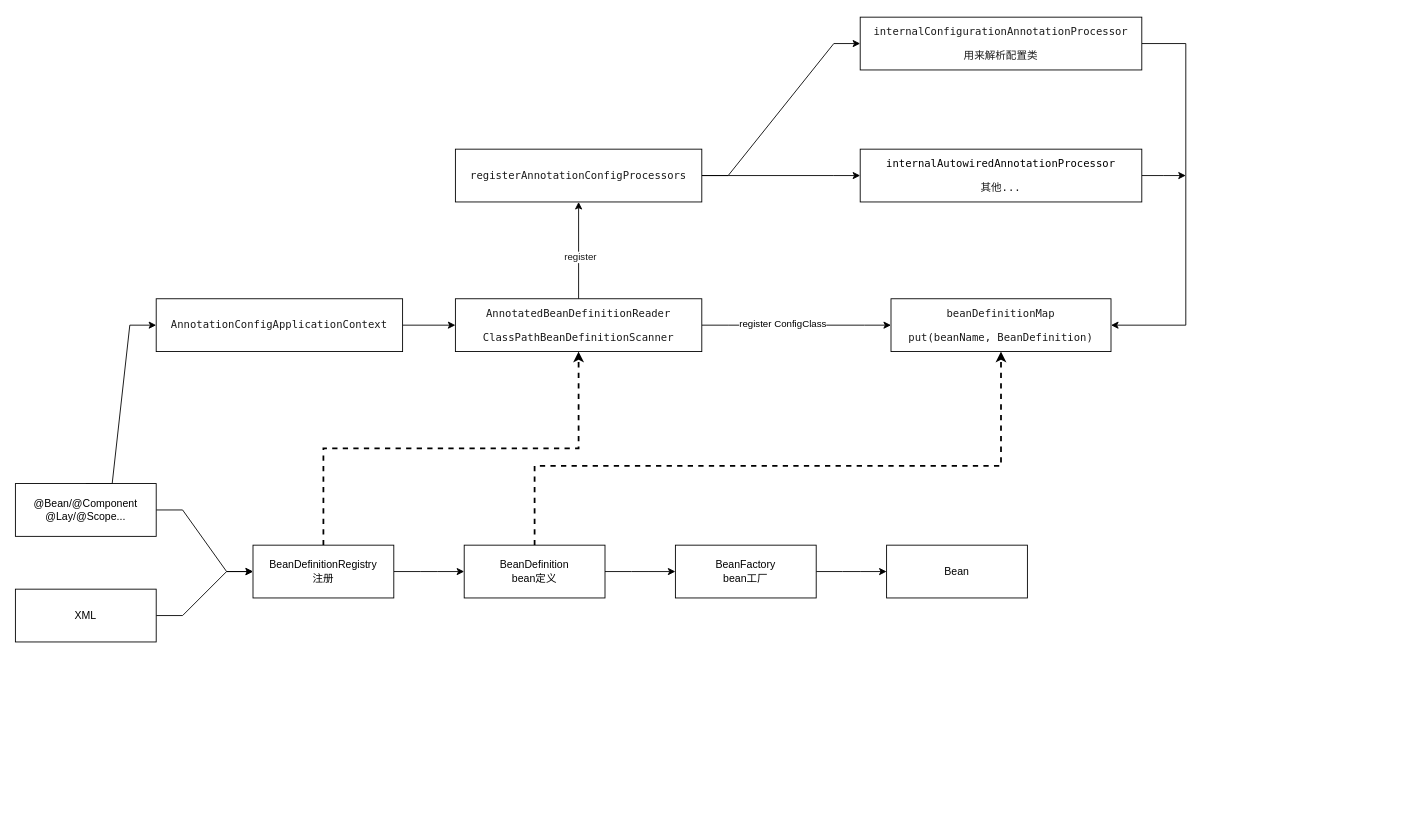
This is page "Spring" (1 of 5) of spring.drawio from zhfk/drawo.io.mydiagrams, a draw.io file, before an edit. Source tidied: cells renumbered, new cells numbered last; positions are measured from the earlier drawing's top-left corner, leaving out a move shared by most shapes. Both pictures are drawn from the tidied source at 88%, with x=0, y=0 at pixel (15, 17).
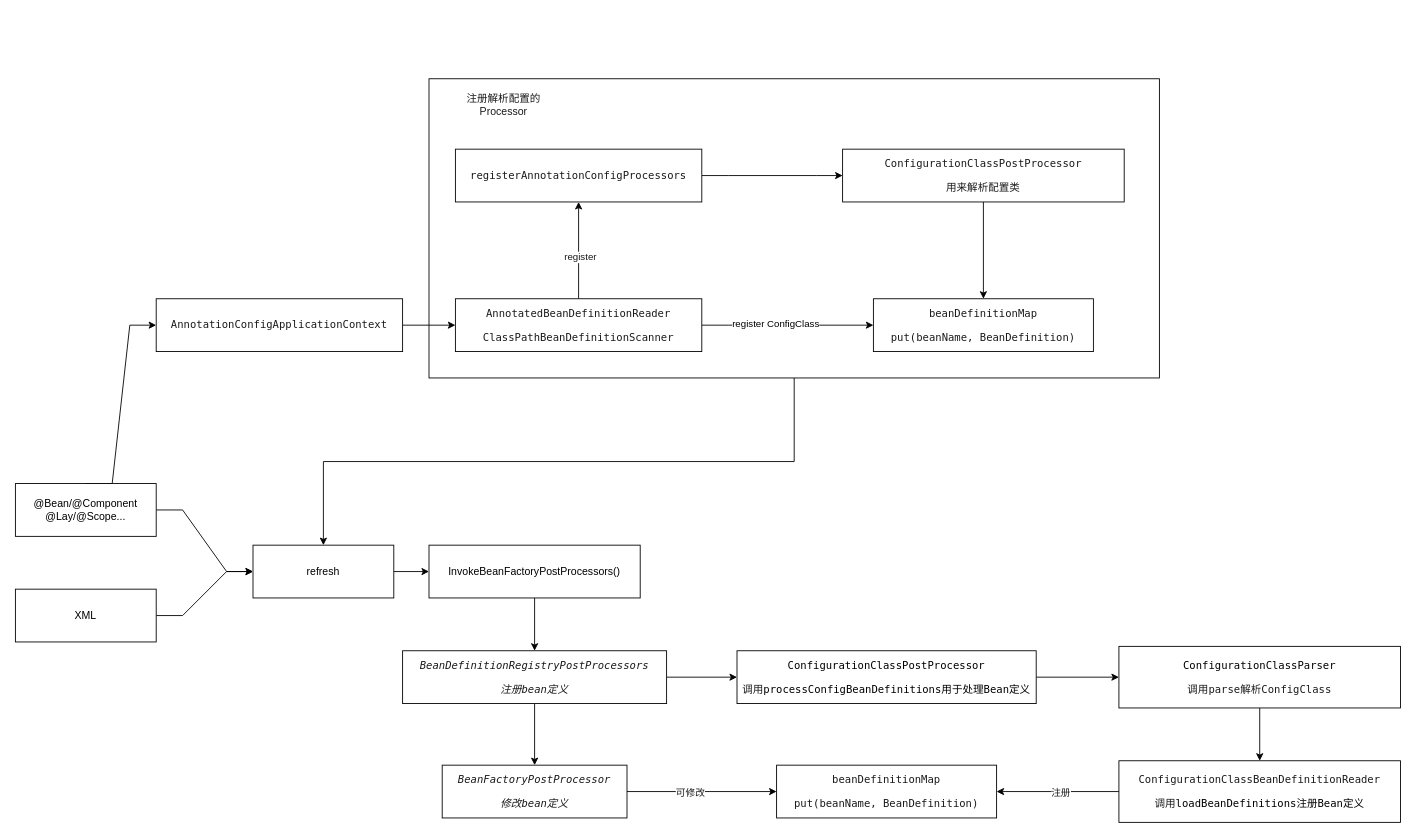
The same diagram, later.

Unchanged cells that the change refers to:
```xml
<mxCell id="22" value="&lt;pre style=&quot;font-family: &amp;#34;monaco&amp;#34; , monospace ; font-size: 9pt&quot;&gt;&lt;pre style=&quot;font-family: &amp;#34;monaco&amp;#34; , monospace ; font-size: 9pt&quot;&gt;&lt;span style=&quot;background-color: rgb(255 , 255 , 255)&quot;&gt;&lt;font color=&quot;#1a1a1a&quot;&gt;AnnotatedBeanDefinitionReader&lt;/font&gt;&lt;/span&gt;&lt;/pre&gt;&lt;pre style=&quot;font-family: &amp;#34;monaco&amp;#34; , monospace ; font-size: 9pt&quot;&gt;&lt;pre style=&quot;font-family: &amp;#34;monaco&amp;#34; , monospace ; font-size: 9pt&quot;&gt;&lt;font color=&quot;#1a1a1a&quot; style=&quot;background-color: rgb(255 , 255 , 255)&quot;&gt;ClassPathBeanDefinitionScanner&lt;/font&gt;&lt;/pre&gt;&lt;/pre&gt;&lt;/pre&gt;" style="rounded=0;whiteSpace=wrap;html=1;" parent="1" vertex="1">
  <mxGeometry x="500" y="320" width="280" height="60" as="geometry" />
</mxCell>
<mxCell id="26" value="&lt;pre style=&quot;font-family: &amp;#34;monaco&amp;#34; , monospace ; font-size: 9pt&quot;&gt;&lt;pre style=&quot;font-family: &amp;#34;monaco&amp;#34; , monospace ; font-size: 9pt&quot;&gt;&lt;pre style=&quot;color: rgb(26 , 26 , 26) ; font-size: 9pt ; font-family: &amp;#34;monaco&amp;#34; , monospace&quot;&gt;registerAnnotationConfigProcessors&lt;/pre&gt;&lt;/pre&gt;&lt;/pre&gt;" style="rounded=0;whiteSpace=wrap;html=1;" parent="1" vertex="1">
  <mxGeometry x="500" y="150" width="280" height="60" as="geometry" />
</mxCell>
```

Change to the diagram source:
```diff
@@
+    <mxCell id="31" style="edgeStyle=orthogonalEdgeStyle;rounded=0;jettySize=auto;html=1;exitX=0.5;exitY=1;exitDx=0;exitDy=0;entryX=0.5;entryY=0;entryDx=0;entryDy=0;fontColor=#1A1A1A;strokeWidth=1;" parent="1" edge="1" source="32" target="9">
+      <mxGeometry relative="1" as="geometry" />
+    </mxCell>
+    <mxCell id="32" style="rounded=0;whiteSpace=wrap;html=1;labelBackgroundColor=#FFFFFF;fontColor=#1A1A1A;" parent="1" vertex="1">
+      <mxGeometry x="470" y="70" width="830" height="340" as="geometry" />
+    </mxCell>
@@
-    <mxCell id="7" style="edgeStyle=entityRelationEdgeStyle;rounded=0;jettySize=auto;html=1;" parent="1" edge="1" source="9" target="12">
-      <mxGeometry relative="1" as="geometry" />
-    </mxCell>
-    <mxCell id="8" style="edgeStyle=orthogonalEdgeStyle;rounded=0;jettySize=auto;html=1;exitX=0.5;exitY=0;exitDx=0;exitDy=0;dashed=1;fontColor=#1A1A1A;strokeWidth=2;" parent="1" edge="1" source="9" target="22">
-      <mxGeometry relative="1" as="geometry" />
-    </mxCell>
+    <mxCell id="33" style="edgeStyle=orthogonalEdgeStyle;rounded=0;jettySize=auto;html=1;exitX=1;exitY=0.5;exitDx=0;exitDy=0;entryX=0;entryY=0.5;entryDx=0;entryDy=0;fontColor=#1A1A1A;strokeWidth=1;" parent="1" edge="1" source="9" target="14">
+      <mxGeometry relative="1" as="geometry" />
+    </mxCell>
-    <mxCell id="9" value="BeanDefinitionRegistry&lt;br&gt;注册" style="rounded=0;whiteSpace=wrap;html=1;" parent="1" vertex="1">
+    <mxCell id="9" value="refresh" style="rounded=0;whiteSpace=wrap;html=1;" parent="1" vertex="1">
       <mxGeometry x="270" y="600" width="160" height="60" as="geometry" />
     </mxCell>
-    <mxCell id="10" style="edgeStyle=entityRelationEdgeStyle;rounded=0;jettySize=auto;html=1;" parent="1" edge="1" source="12" target="14">
-      <mxGeometry relative="1" as="geometry" />
-    </mxCell>
-    <mxCell id="11" style="edgeStyle=orthogonalEdgeStyle;rounded=0;jettySize=auto;html=1;exitX=0.5;exitY=0;exitDx=0;exitDy=0;dashed=1;fontColor=#1A1A1A;strokeWidth=2;" parent="1" edge="1" source="12" target="23">
-      <mxGeometry relative="1" as="geometry">
-        <Array as="points">
-          <mxPoint x="590" y="510" />
-          <mxPoint x="1120" y="510" />
-        </Array>
-      </mxGeometry>
-    </mxCell>
-    <mxCell id="12" value="BeanDefinition&lt;br&gt;bean定义" style="rounded=0;whiteSpace=wrap;html=1;" parent="1" vertex="1">
-      <mxGeometry x="510" y="600" width="160" height="60" as="geometry" />
-    </mxCell>
-    <mxCell id="13" style="edgeStyle=entityRelationEdgeStyle;rounded=0;jettySize=auto;html=1;" parent="1" edge="1" source="14" target="15">
-      <mxGeometry relative="1" as="geometry" />
-    </mxCell>
+    <mxCell id="34" style="edgeStyle=orthogonalEdgeStyle;rounded=0;jettySize=auto;html=1;exitX=0.5;exitY=1;exitDx=0;exitDy=0;entryX=0.5;entryY=0;entryDx=0;entryDy=0;fontColor=#1A1A1A;strokeWidth=1;" parent="1" edge="1" source="14" target="38">
+      <mxGeometry relative="1" as="geometry" />
+    </mxCell>
-    <mxCell id="14" value="BeanFactory&lt;br&gt;bean工厂" style="rounded=0;whiteSpace=wrap;html=1;" parent="1" vertex="1">
-      <mxGeometry x="750" y="600" width="160" height="60" as="geometry" />
+    <mxCell id="14" value="InvokeBeanFactoryPostProcessors()&lt;br&gt;" style="rounded=0;whiteSpace=wrap;html=1;" parent="1" vertex="1">
+      <mxGeometry x="470" y="600" width="240" height="60" as="geometry" />
     </mxCell>
-    <mxCell id="15" value="Bean" style="rounded=0;whiteSpace=wrap;html=1;" parent="1" vertex="1">
-      <mxGeometry x="990" y="600" width="160" height="60" as="geometry" />
-    </mxCell>
@@
     <mxCell id="23" value="&lt;pre style=&quot;font-family: &amp;#34;monaco&amp;#34; , monospace ; font-size: 9pt&quot;&gt;&lt;pre style=&quot;font-family: &amp;#34;monaco&amp;#34; , monospace ; font-size: 9pt&quot;&gt;&lt;pre style=&quot;font-family: &amp;#34;monaco&amp;#34; , monospace ; font-size: 9pt&quot;&gt;&lt;pre style=&quot;font-family: &amp;#34;monaco&amp;#34; , monospace ; font-size: 9pt&quot;&gt;&lt;pre style=&quot;font-family: &amp;#34;monaco&amp;#34; , monospace ; font-size: 9pt&quot;&gt;&lt;font color=&quot;#1a1a1a&quot; style=&quot;background-color: rgb(255 , 255 , 255)&quot;&gt;beanDefinitionMap&lt;/font&gt;&lt;/pre&gt;&lt;pre style=&quot;font-family: &amp;#34;monaco&amp;#34; , monospace ; font-size: 9pt&quot;&gt;&lt;font color=&quot;#1a1a1a&quot;&gt;&lt;span style=&quot;background-color: rgb(255 , 255 , 255)&quot;&gt;put(beanName, BeanDefinition)&lt;/span&gt;&lt;/font&gt;&lt;/pre&gt;&lt;/pre&gt;&lt;/pre&gt;&lt;/pre&gt;&lt;/pre&gt;" style="rounded=0;whiteSpace=wrap;html=1;" parent="1" vertex="1">
-      <mxGeometry x="995" y="320" width="250" height="60" as="geometry" />
+      <mxGeometry x="975" y="320" width="250" height="60" as="geometry" />
     </mxCell>
@@
-    <mxCell id="25" style="edgeStyle=entityRelationEdgeStyle;rounded=0;jettySize=auto;html=1;exitX=1;exitY=0.5;exitDx=0;exitDy=0;entryX=0;entryY=0.5;entryDx=0;entryDy=0;fontColor=#1A1A1A;" parent="1" edge="1" source="26" target="30">
-      <mxGeometry relative="1" as="geometry" />
-    </mxCell>
@@
-    <mxCell id="27" style="edgeStyle=orthogonalEdgeStyle;rounded=0;jettySize=auto;html=1;exitX=1;exitY=0.5;exitDx=0;exitDy=0;fontColor=#1A1A1A;entryX=1;entryY=0.5;entryDx=0;entryDy=0;" parent="1" edge="1" source="28" target="23">
-      <mxGeometry relative="1" as="geometry">
-        <Array as="points">
-          <mxPoint x="1330" y="30" />
-          <mxPoint x="1330" y="350" />
-        </Array>
-      </mxGeometry>
+    <mxCell id="27" style="edgeStyle=orthogonalEdgeStyle;rounded=0;jettySize=auto;html=1;exitX=0.5;exitY=1;exitDx=0;exitDy=0;fontColor=#1A1A1A;strokeWidth=1;" parent="1" edge="1" source="28" target="23">
+      <mxGeometry relative="1" as="geometry" />
     </mxCell>
-    <mxCell id="28" value="&lt;pre style=&quot;font-family: &amp;#34;monaco&amp;#34; , monospace ; font-size: 9pt&quot;&gt;&lt;pre style=&quot;font-family: &amp;#34;monaco&amp;#34; , monospace ; font-size: 9pt&quot;&gt;&lt;pre style=&quot;font-size: 9pt ; font-family: &amp;#34;monaco&amp;#34; , monospace&quot;&gt;&lt;pre style=&quot;font-family: &amp;#34;monaco&amp;#34; , monospace ; font-size: 9pt&quot;&gt;&lt;font color=&quot;#1a1a1a&quot; style=&quot;background-color: rgb(255 , 255 , 255)&quot;&gt;internalConfigurationAnnotationProcessor&lt;/font&gt;&lt;/pre&gt;&lt;pre style=&quot;font-family: &amp;#34;monaco&amp;#34; , monospace ; font-size: 9pt&quot;&gt;&lt;font color=&quot;#1a1a1a&quot;&gt;&lt;span style=&quot;background-color: rgb(255 , 255 , 255)&quot;&gt;用来解析配置类&lt;/span&gt;&lt;/font&gt;&lt;/pre&gt;&lt;/pre&gt;&lt;/pre&gt;&lt;/pre&gt;" style="rounded=0;whiteSpace=wrap;html=1;" parent="1" vertex="1">
-      <mxGeometry x="960" width="320" height="60" as="geometry" />
+    <mxCell id="28" value="&lt;pre style=&quot;font-family: &amp;#34;monaco&amp;#34; , monospace ; font-size: 9pt&quot;&gt;&lt;pre style=&quot;font-family: &amp;#34;monaco&amp;#34; , monospace ; font-size: 9pt&quot;&gt;&lt;pre style=&quot;font-size: 9pt ; font-family: &amp;#34;monaco&amp;#34; , monospace&quot;&gt;&lt;pre style=&quot;font-family: &amp;#34;monaco&amp;#34; , monospace ; font-size: 9pt&quot;&gt;&lt;font color=&quot;#1a1a1a&quot; style=&quot;background-color: rgb(255 , 255 , 255)&quot;&gt;ConfigurationClassPostProcessor&lt;/font&gt;&lt;/pre&gt;&lt;pre style=&quot;font-family: &amp;#34;monaco&amp;#34; , monospace ; font-size: 9pt&quot;&gt;&lt;font color=&quot;#1a1a1a&quot;&gt;&lt;span style=&quot;background-color: rgb(255 , 255 , 255)&quot;&gt;用来解析配置类&lt;/span&gt;&lt;/font&gt;&lt;/pre&gt;&lt;/pre&gt;&lt;/pre&gt;&lt;/pre&gt;" style="rounded=0;whiteSpace=wrap;html=1;" parent="1" vertex="1">
+      <mxGeometry x="940" y="150" width="320" height="60" as="geometry" />
     </mxCell>
-    <mxCell id="29" style="edgeStyle=orthogonalEdgeStyle;rounded=0;jettySize=auto;html=1;exitX=1;exitY=0.5;exitDx=0;exitDy=0;fontColor=#1A1A1A;" parent="1" edge="1" source="30">
-      <mxGeometry relative="1" as="geometry">
-        <mxPoint x="1330" y="180" as="targetPoint" />
-      </mxGeometry>
-    </mxCell>
-    <mxCell id="30" value="&lt;pre style=&quot;font-family: &amp;#34;monaco&amp;#34; , monospace ; font-size: 9pt&quot;&gt;&lt;pre style=&quot;font-family: &amp;#34;monaco&amp;#34; , monospace ; font-size: 9pt&quot;&gt;&lt;pre style=&quot;font-size: 9pt ; font-family: &amp;#34;monaco&amp;#34; , monospace&quot;&gt;&lt;pre style=&quot;font-family: &amp;#34;monaco&amp;#34; , monospace ; font-size: 9pt&quot;&gt;internalAutowiredAnnotationProcessor&lt;/pre&gt;&lt;pre style=&quot;font-family: &amp;#34;monaco&amp;#34; , monospace ; font-size: 9pt&quot;&gt;&lt;font color=&quot;#1a1a1a&quot;&gt;&lt;span style=&quot;background-color: rgb(255 , 255 , 255)&quot;&gt;其他...&lt;/span&gt;&lt;/font&gt;&lt;/pre&gt;&lt;/pre&gt;&lt;/pre&gt;&lt;/pre&gt;" style="rounded=0;whiteSpace=wrap;html=1;" parent="1" vertex="1">
-      <mxGeometry x="960" y="150" width="320" height="60" as="geometry" />
-    </mxCell>
+    <mxCell id="35" value="注册解析配置的 Processor" style="text;html=1;strokeColor=none;fillColor=none;align=center;verticalAlign=middle;whiteSpace=wrap;rounded=0;labelBackgroundColor=#FFFFFF;fontColor=#1A1A1A;" parent="1" vertex="1">
+      <mxGeometry x="500" y="70" width="110" height="60" as="geometry" />
+    </mxCell>
+    <mxCell id="36" style="edgeStyle=orthogonalEdgeStyle;rounded=0;jettySize=auto;html=1;fontColor=#1A1A1A;strokeWidth=1;" parent="1" edge="1" source="38" target="41">
+      <mxGeometry relative="1" as="geometry" />
+    </mxCell>
+    <mxCell id="37" style="edgeStyle=orthogonalEdgeStyle;rounded=0;jettySize=auto;html=1;fontColor=#1A1A1A;strokeWidth=1;" parent="1" edge="1" source="38" target="43">
+      <mxGeometry relative="1" as="geometry" />
+    </mxCell>
+    <mxCell id="38" value="&lt;pre style=&quot;font-family: &amp;#34;monaco&amp;#34; , monospace ; font-size: 9pt&quot;&gt;&lt;span style=&quot;font-style: italic ; background-color: rgb(255 , 255 , 255)&quot;&gt;&lt;font color=&quot;#1a1a1a&quot;&gt;BeanDefinitionRegistryPostProcessors&lt;/font&gt;&lt;/span&gt;&lt;/pre&gt;&lt;pre style=&quot;font-family: &amp;#34;monaco&amp;#34; , monospace ; font-size: 9pt&quot;&gt;&lt;font color=&quot;#1a1a1a&quot;&gt;&lt;span style=&quot;background-color: rgb(255 , 255 , 255)&quot;&gt;&lt;i&gt;注册bean定义&lt;/i&gt;&lt;/span&gt;&lt;/font&gt;&lt;/pre&gt;" style="rounded=0;whiteSpace=wrap;html=1;" parent="1" vertex="1">
+      <mxGeometry x="440" y="720" width="300" height="60" as="geometry" />
+    </mxCell>
+    <mxCell id="39" style="edgeStyle=orthogonalEdgeStyle;rounded=0;jettySize=auto;html=1;exitX=1;exitY=0.5;exitDx=0;exitDy=0;entryX=0;entryY=0.5;entryDx=0;entryDy=0;fontColor=#1A1A1A;strokeWidth=1;" parent="1" edge="1" source="41" target="49">
+      <mxGeometry relative="1" as="geometry" />
+    </mxCell>
+    <mxCell id="40" value="可修改" style="edgeLabel;html=1;align=center;verticalAlign=middle;fontColor=#1A1A1A;" parent="39" vertex="1">
+      <mxGeometry x="-0.17" y="4" relative="1" as="geometry">
+        <mxPoint y="4" as="offset" />
+      </mxGeometry>
+    </mxCell>
+    <mxCell id="41" value="&lt;pre style=&quot;font-family: &amp;#34;monaco&amp;#34; , monospace ; font-size: 9pt&quot;&gt;&lt;span style=&quot;font-style: italic ; background-color: rgb(255 , 255 , 255)&quot;&gt;&lt;font color=&quot;#1a1a1a&quot;&gt;BeanFactoryPostProcessor&lt;/font&gt;&lt;/span&gt;&lt;/pre&gt;&lt;pre style=&quot;font-family: &amp;#34;monaco&amp;#34; , monospace ; font-size: 9pt&quot;&gt;&lt;span style=&quot;font-style: italic ; background-color: rgb(255 , 255 , 255)&quot;&gt;&lt;font color=&quot;#1a1a1a&quot;&gt;修改bean定义&lt;/font&gt;&lt;/span&gt;&lt;/pre&gt;" style="rounded=0;whiteSpace=wrap;html=1;" parent="1" vertex="1">
+      <mxGeometry x="485" y="850" width="210" height="60" as="geometry" />
+    </mxCell>
+    <mxCell id="42" style="edgeStyle=orthogonalEdgeStyle;rounded=0;jettySize=auto;html=1;exitX=1;exitY=0.5;exitDx=0;exitDy=0;entryX=0;entryY=0.5;entryDx=0;entryDy=0;fontColor=#1A1A1A;strokeWidth=1;" parent="1" edge="1" source="43" target="48">
+      <mxGeometry relative="1" as="geometry" />
+    </mxCell>
+    <mxCell id="43" value="&lt;pre style=&quot;font-family: &amp;#34;monaco&amp;#34; , monospace ; font-size: 9pt&quot;&gt;&lt;pre style=&quot;font-family: &amp;#34;monaco&amp;#34; , monospace ; font-size: 9pt&quot;&gt;&lt;pre style=&quot;font-family: &amp;#34;monaco&amp;#34; , monospace ; font-size: 9pt&quot;&gt;&lt;span style=&quot;background-color: rgb(255 , 255 , 255)&quot;&gt;ConfigurationClassPostProcessor&lt;/span&gt;&lt;/pre&gt;&lt;/pre&gt;&lt;pre style=&quot;font-family: &amp;#34;monaco&amp;#34; , monospace ; font-size: 9pt&quot;&gt;&lt;pre style=&quot;font-family: &amp;#34;monaco&amp;#34; , monospace ; font-size: 9pt&quot;&gt;&lt;font color=&quot;#1a1a1a&quot; style=&quot;background-color: rgb(255 , 255 , 255)&quot;&gt;调用&lt;/font&gt;processConfigBeanDefinitions用于处理Bean定义&lt;br&gt;&lt;/pre&gt;&lt;/pre&gt;&lt;/pre&gt;" style="rounded=0;whiteSpace=wrap;html=1;" parent="1" vertex="1">
+      <mxGeometry x="820" y="720" width="340" height="60" as="geometry" />
+    </mxCell>
+    <mxCell id="44" style="edgeStyle=orthogonalEdgeStyle;rounded=0;jettySize=auto;html=1;exitX=0;exitY=0.5;exitDx=0;exitDy=0;fontColor=#1A1A1A;strokeWidth=1;" parent="1" edge="1" source="46" target="49">
+      <mxGeometry relative="1" as="geometry" />
+    </mxCell>
+    <mxCell id="45" value="注册" style="edgeLabel;html=1;align=center;verticalAlign=middle;fontColor=#1A1A1A;" parent="44" vertex="1">
+      <mxGeometry x="-0.03" relative="1" as="geometry" />
+    </mxCell>
+    <mxCell id="46" value="&lt;pre style=&quot;font-family: &amp;#34;monaco&amp;#34; , monospace ; font-size: 9pt&quot;&gt;&lt;pre style=&quot;font-family: &amp;#34;monaco&amp;#34; , monospace ; font-size: 9pt&quot;&gt;&lt;pre style=&quot;font-family: &amp;#34;monaco&amp;#34; , monospace ; font-size: 9pt&quot;&gt;&lt;font color=&quot;#1a1a1a&quot; style=&quot;background-color: rgb(255 , 255 , 255)&quot;&gt;ConfigurationClassBeanDefinitionReader&lt;/font&gt;&lt;/pre&gt;&lt;pre style=&quot;font-family: &amp;#34;monaco&amp;#34; , monospace ; font-size: 9pt&quot;&gt;&lt;font color=&quot;#1a1a1a&quot;&gt;&lt;span style=&quot;background-color: rgb(255 , 255 , 255)&quot;&gt;调用&lt;/span&gt;&lt;/font&gt;loadBeanDefinitions注册Bean定义&lt;br&gt;&lt;/pre&gt;&lt;/pre&gt;&lt;/pre&gt;" style="rounded=0;whiteSpace=wrap;html=1;" parent="1" vertex="1">
+      <mxGeometry x="1254" y="845" width="320" height="70" as="geometry" />
+    </mxCell>
+    <mxCell id="47" style="edgeStyle=orthogonalEdgeStyle;rounded=0;jettySize=auto;html=1;exitX=0.5;exitY=1;exitDx=0;exitDy=0;entryX=0.5;entryY=0;entryDx=0;entryDy=0;fontColor=#1A1A1A;strokeWidth=1;" parent="1" edge="1" source="48" target="46">
+      <mxGeometry relative="1" as="geometry" />
+    </mxCell>
+    <mxCell id="48" value="&lt;pre style=&quot;font-family: &amp;#34;monaco&amp;#34; , monospace ; font-size: 9pt&quot;&gt;&lt;pre style=&quot;font-family: &amp;#34;monaco&amp;#34; , monospace ; font-size: 9pt&quot;&gt;&lt;pre style=&quot;font-family: &amp;#34;monaco&amp;#34; , monospace ; font-size: 9pt&quot;&gt;&lt;pre style=&quot;font-size: 9pt ; font-family: &amp;#34;monaco&amp;#34; , monospace&quot;&gt;ConfigurationClassParser&lt;/pre&gt;&lt;pre style=&quot;font-size: 9pt ; font-family: &amp;#34;monaco&amp;#34; , monospace&quot;&gt;&lt;span style=&quot;background-color: rgb(255 , 255 , 255) ; color: rgb(26 , 26 , 26) ; font-size: 9pt&quot;&gt;调用parse解析ConfigClass&lt;/span&gt;&lt;br&gt;&lt;/pre&gt;&lt;/pre&gt;&lt;/pre&gt;&lt;/pre&gt;" style="rounded=0;whiteSpace=wrap;html=1;" parent="1" vertex="1">
+      <mxGeometry x="1254" y="715" width="320" height="70" as="geometry" />
+    </mxCell>
+    <mxCell id="49" value="&lt;pre style=&quot;font-family: &amp;#34;monaco&amp;#34; , monospace ; font-size: 9pt&quot;&gt;&lt;pre style=&quot;font-family: &amp;#34;monaco&amp;#34; , monospace ; font-size: 9pt&quot;&gt;&lt;pre style=&quot;font-family: &amp;#34;monaco&amp;#34; , monospace ; font-size: 9pt&quot;&gt;&lt;pre style=&quot;font-family: &amp;#34;monaco&amp;#34; , monospace ; font-size: 9pt&quot;&gt;&lt;pre style=&quot;font-family: &amp;#34;monaco&amp;#34; , monospace ; font-size: 9pt&quot;&gt;&lt;font color=&quot;#1a1a1a&quot; style=&quot;background-color: rgb(255 , 255 , 255)&quot;&gt;beanDefinitionMap&lt;/font&gt;&lt;/pre&gt;&lt;pre style=&quot;font-family: &amp;#34;monaco&amp;#34; , monospace ; font-size: 9pt&quot;&gt;&lt;font color=&quot;#1a1a1a&quot;&gt;&lt;span style=&quot;background-color: rgb(255 , 255 , 255)&quot;&gt;put(beanName, BeanDefinition)&lt;/span&gt;&lt;/font&gt;&lt;/pre&gt;&lt;/pre&gt;&lt;/pre&gt;&lt;/pre&gt;&lt;/pre&gt;" style="rounded=0;whiteSpace=wrap;html=1;" parent="1" vertex="1">
+      <mxGeometry x="865" y="850" width="250" height="60" as="geometry" />
+    </mxCell>
```
